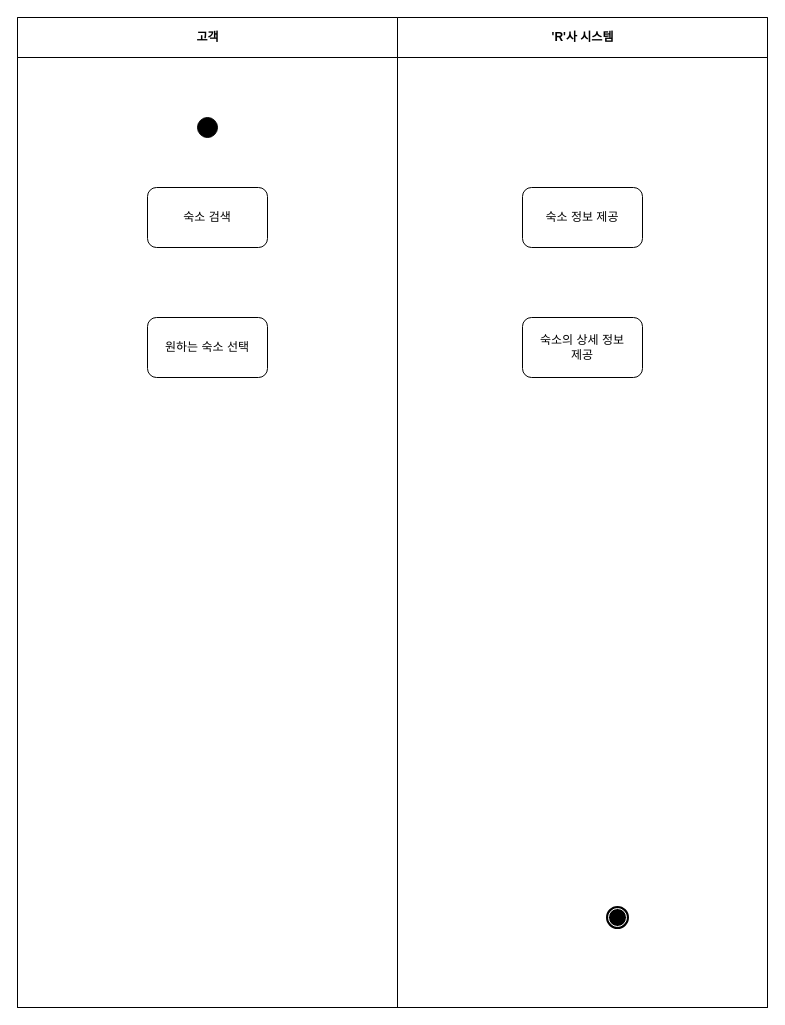
dbsrudrla/diagram keeps this draw.io diagram as 시분설_5번_activity.drawio. Above is the earlier version. Source tidied: cells renumbered, new cells numbered last; positions are measured from the earlier drawing's top-left corner, leaving out a move shared by most shapes. Both pictures are drawn from the tidied source at 100%, with x=0, y=0 at pixel (17, 17).
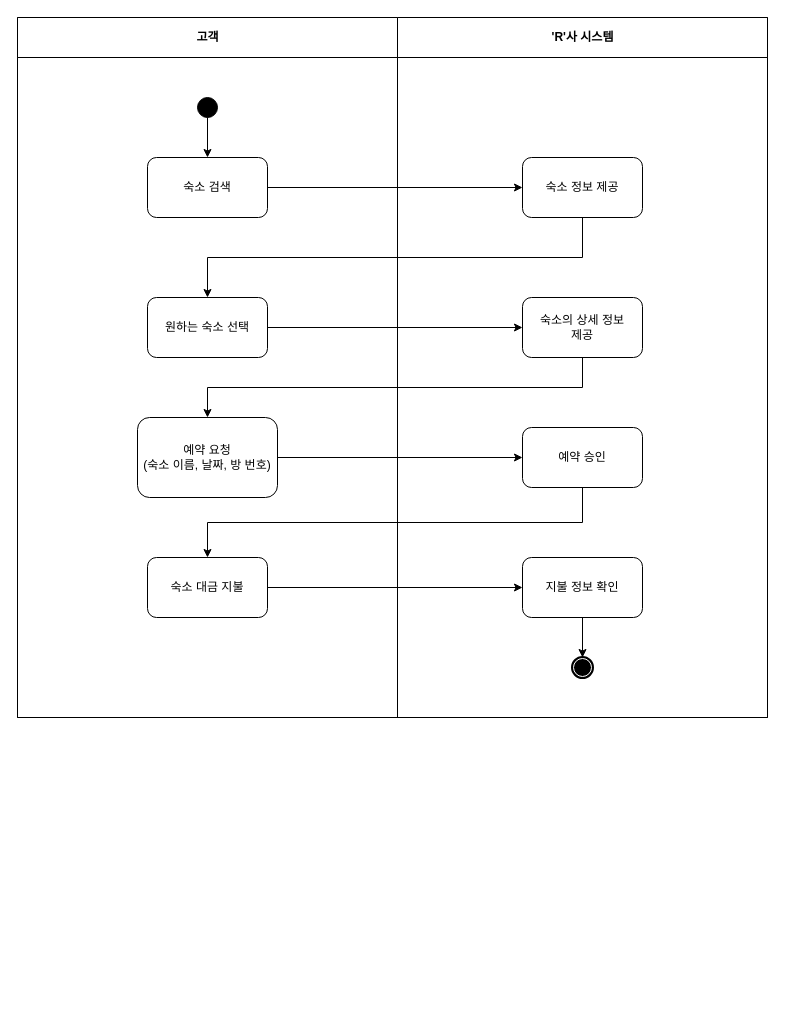
Above is the later version.

Commit message (it also covers changes not shown here):
시분설_5번_activity.drawio 업데이트

Diff of the diagram source:
```diff
@@
     <mxCell id="2" style="swimlane;html=1;startSize=0;rounded=0;shadow=0;comic=0;labelBackgroundColor=none;strokeWidth=1;fontFamily=Verdana;fontSize=12;align=center;" parent="1" vertex="1">
-      <mxGeometry width="750" height="990" as="geometry" />
+      <mxGeometry width="750" height="700" as="geometry" />
     </mxCell>
     <mxCell id="3" value="고객" style="swimlane;html=1;startSize=40;" parent="2" vertex="1">
-      <mxGeometry width="380" height="990" as="geometry" />
+      <mxGeometry width="380" height="700" as="geometry" />
     </mxCell>
+    <mxCell id="11" style="edgeStyle=orthogonalEdgeStyle;rounded=0;jettySize=auto;html=1;exitX=0.5;exitY=1;exitDx=0;exitDy=0;entryX=0.5;entryY=0;entryDx=0;entryDy=0;" parent="3" edge="1" source="4" target="5">
+      <mxGeometry relative="1" as="geometry" />
+    </mxCell>
     <mxCell id="4" style="ellipse;whiteSpace=wrap;html=1;rounded=0;shadow=0;comic=0;labelBackgroundColor=none;strokeWidth=1;fillColor=#000000;fontFamily=Verdana;fontSize=12;align=center;" parent="3" vertex="1">
-      <mxGeometry x="180" y="100" width="20" height="20" as="geometry" />
+      <mxGeometry x="180" y="80" width="20" height="20" as="geometry" />
     </mxCell>
     <mxCell id="5" value="숙소 검색" style="rounded=1;whiteSpace=wrap;html=1;" parent="3" vertex="1">
-      <mxGeometry x="130" y="170" width="120" height="60" as="geometry" />
+      <mxGeometry x="130" y="140" width="120" height="60" as="geometry" />
     </mxCell>
     <mxCell id="6" value="원하는 숙소 선택" style="rounded=1;whiteSpace=wrap;html=1;" parent="3" vertex="1">
-      <mxGeometry x="130" y="300" width="120" height="60" as="geometry" />
+      <mxGeometry x="130" y="280" width="120" height="60" as="geometry" />
     </mxCell>
+    <mxCell id="12" value="예약 요청&lt;br&gt;(숙소 이름, 날짜, 방 번호)" style="rounded=1;whiteSpace=wrap;html=1;" parent="3" vertex="1">
+      <mxGeometry x="120" y="400" width="140" height="80" as="geometry" />
+    </mxCell>
+    <mxCell id="13" value="숙소 대금 지불" style="rounded=1;whiteSpace=wrap;html=1;" parent="3" vertex="1">
+      <mxGeometry x="130" y="540" width="120" height="60" as="geometry" />
+    </mxCell>
     <mxCell id="7" value="'R'사 시스템" style="swimlane;html=1;startSize=40;" parent="2" vertex="1">
-      <mxGeometry x="380" width="370" height="990" as="geometry" />
+      <mxGeometry x="380" width="370" height="700" as="geometry" />
     </mxCell>
     <mxCell id="8" style="shape=mxgraph.bpmn.shape;html=1;verticalLabelPosition=bottom;labelBackgroundColor=#ffffff;verticalAlign=top;perimeter=ellipsePerimeter;outline=end;symbol=terminate;rounded=0;shadow=0;comic=0;strokeWidth=1;fontFamily=Verdana;fontSize=12;align=center;" parent="7" vertex="1">
-      <mxGeometry x="210" y="890" width="20" height="20" as="geometry" />
+      <mxGeometry x="175" y="640" width="20" height="20" as="geometry" />
     </mxCell>
     <mxCell id="9" value="숙소 정보 제공" style="rounded=1;whiteSpace=wrap;html=1;" parent="7" vertex="1">
-      <mxGeometry x="125" y="170" width="120" height="60" as="geometry" />
+      <mxGeometry x="125" y="140" width="120" height="60" as="geometry" />
     </mxCell>
     <mxCell id="10" value="숙소의 상세 정보 &lt;br&gt;제공" style="rounded=1;whiteSpace=wrap;html=1;" parent="7" vertex="1">
-      <mxGeometry x="125" y="300" width="120" height="60" as="geometry" />
+      <mxGeometry x="125" y="280" width="120" height="60" as="geometry" />
     </mxCell>
+    <mxCell id="14" value="예약 승인" style="rounded=1;whiteSpace=wrap;html=1;" parent="7" vertex="1">
+      <mxGeometry x="125" y="410" width="120" height="60" as="geometry" />
+    </mxCell>
+    <mxCell id="15" style="edgeStyle=orthogonalEdgeStyle;rounded=0;jettySize=auto;html=1;exitX=0.5;exitY=1;exitDx=0;exitDy=0;entryX=0.5;entryY=0;entryDx=0;entryDy=0;" parent="7" edge="1" source="16" target="8">
+      <mxGeometry relative="1" as="geometry" />
+    </mxCell>
+    <mxCell id="16" value="지불 정보 확인" style="rounded=1;whiteSpace=wrap;html=1;" parent="7" vertex="1">
+      <mxGeometry x="125" y="540" width="120" height="60" as="geometry" />
+    </mxCell>
+    <mxCell id="17" style="edgeStyle=orthogonalEdgeStyle;rounded=0;jettySize=auto;html=1;exitX=1;exitY=0.5;exitDx=0;exitDy=0;entryX=0;entryY=0.5;entryDx=0;entryDy=0;" parent="2" edge="1" source="5" target="9">
+      <mxGeometry relative="1" as="geometry" />
+    </mxCell>
+    <mxCell id="18" style="edgeStyle=orthogonalEdgeStyle;rounded=0;jettySize=auto;html=1;exitX=0.5;exitY=1;exitDx=0;exitDy=0;entryX=0.5;entryY=0;entryDx=0;entryDy=0;" parent="2" edge="1" source="9" target="6">
+      <mxGeometry relative="1" as="geometry" />
+    </mxCell>
+    <mxCell id="19" style="edgeStyle=orthogonalEdgeStyle;rounded=0;jettySize=auto;html=1;exitX=1;exitY=0.5;exitDx=0;exitDy=0;entryX=0;entryY=0.5;entryDx=0;entryDy=0;" parent="2" edge="1" source="6" target="10">
+      <mxGeometry relative="1" as="geometry" />
+    </mxCell>
+    <mxCell id="20" style="edgeStyle=orthogonalEdgeStyle;rounded=0;jettySize=auto;html=1;exitX=0.5;exitY=1;exitDx=0;exitDy=0;entryX=0.5;entryY=0;entryDx=0;entryDy=0;" parent="2" edge="1" source="10" target="12">
+      <mxGeometry relative="1" as="geometry" />
+    </mxCell>
+    <mxCell id="21" style="edgeStyle=orthogonalEdgeStyle;rounded=0;jettySize=auto;html=1;exitX=1;exitY=0.5;exitDx=0;exitDy=0;entryX=0;entryY=0.5;entryDx=0;entryDy=0;" parent="2" edge="1" source="12" target="14">
+      <mxGeometry relative="1" as="geometry" />
+    </mxCell>
+    <mxCell id="22" style="edgeStyle=orthogonalEdgeStyle;rounded=0;jettySize=auto;html=1;exitX=0.5;exitY=1;exitDx=0;exitDy=0;entryX=0.5;entryY=0;entryDx=0;entryDy=0;" parent="2" edge="1" source="14" target="13">
+      <mxGeometry relative="1" as="geometry" />
+    </mxCell>
+    <mxCell id="23" style="edgeStyle=orthogonalEdgeStyle;rounded=0;jettySize=auto;html=1;exitX=1;exitY=0.5;exitDx=0;exitDy=0;entryX=0;entryY=0.5;entryDx=0;entryDy=0;" parent="2" edge="1" source="13" target="16">
+      <mxGeometry relative="1" as="geometry" />
+    </mxCell>
```
